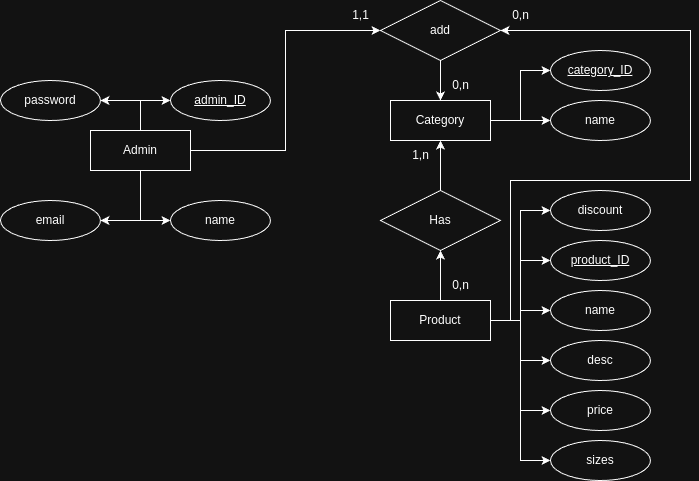
Alysson-Chrysthian/Kp-Esportes_Backend keeps this draw.io diagram as docs/db/KpEsportes_DB_MER.png. Above is the earlier version. Source tidied: cells renumbered, new cells last; positions are measured from the earlier drawing's top-left corner, leaving out a move shared by most shapes.
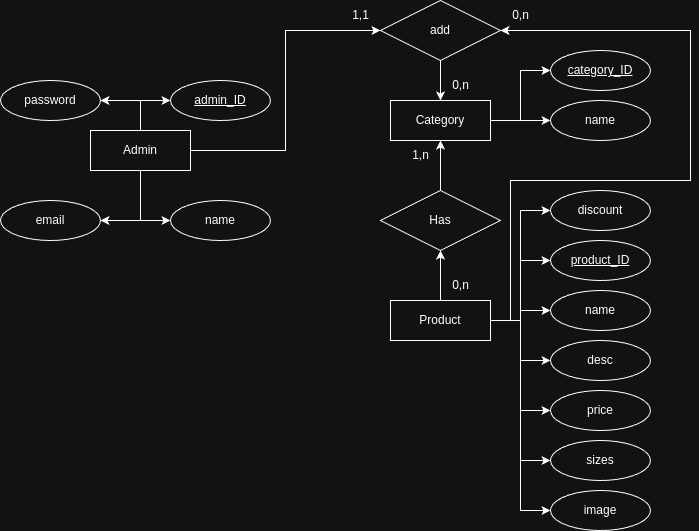
After the commit.

What changed in the source:
```diff
@@ -33,6 +33,9 @@
         </Array>
       </mxGeometry>
     </mxCell>
+    <mxCell id="41" style="edgeStyle=orthogonalEdgeStyle;rounded=0;jettySize=auto;html=1;entryX=0;entryY=0.5;entryDx=0;entryDy=0;" parent="1" edge="1" source="10" target="42">
+      <mxGeometry relative="1" as="geometry" />
+    </mxCell>
     <mxCell id="10" value="Product" style="whiteSpace=wrap;html=1;align=center;labelBackgroundColor=none;" parent="1" vertex="1">
       <mxGeometry x="390" y="300" width="100" height="40" as="geometry" />
     </mxCell>
@@ -126,5 +129,8 @@
     <mxCell id="40" value="password" style="ellipse;whiteSpace=wrap;html=1;align=center;" parent="1" vertex="1">
       <mxGeometry y="80" width="100" height="40" as="geometry" />
     </mxCell>
+    <mxCell id="42" value="image" style="ellipse;whiteSpace=wrap;html=1;align=center;" parent="1" vertex="1">
+      <mxGeometry x="550" y="490" width="100" height="40" as="geometry" />
+    </mxCell>
   </root>
 </mxGraphModel>
```
